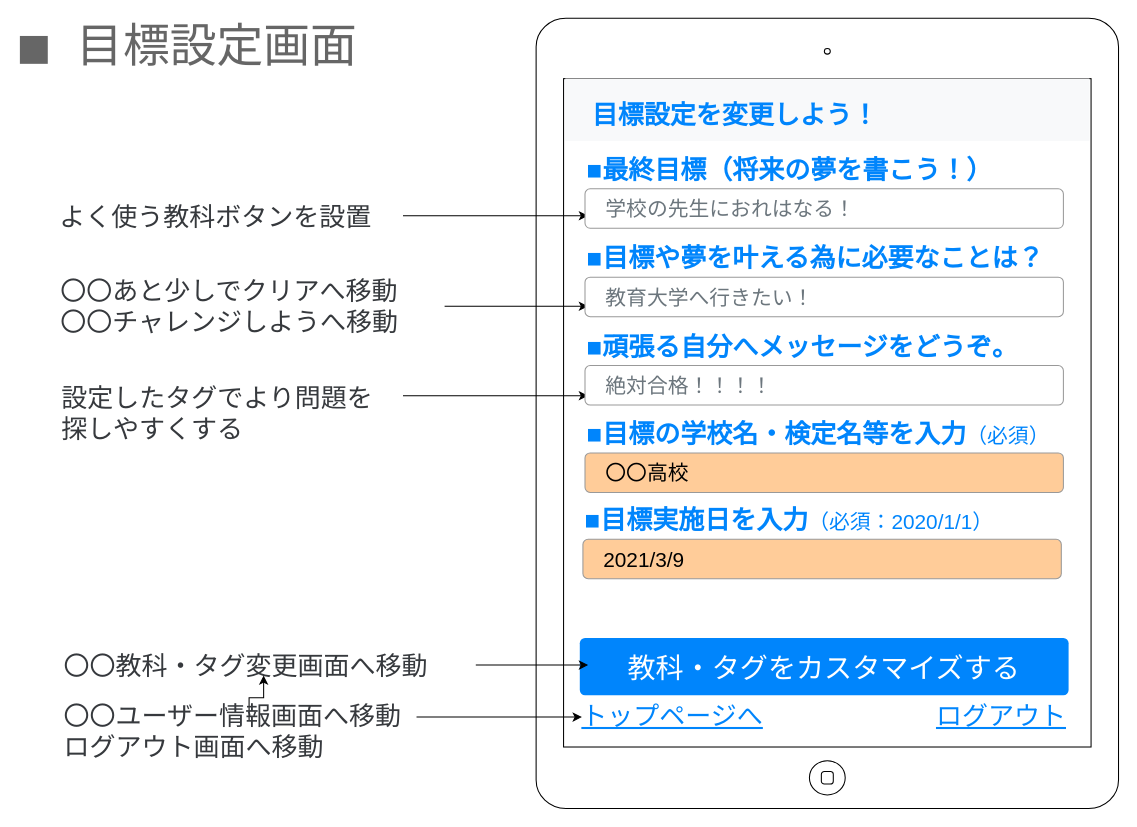
Earlier version of the draw.io diagram page "ページ4" (4 of 5) of 画面設計_苦手問題克服.drawio (mitsuewatanabe/practice). Source tidied: cells renumbered, new cells numbered last; positions are measured from the earlier drawing's top-left corner, leaving out a move shared by most shapes. Both pictures are drawn from the tidied source at 104%, with x=0, y=0 at pixel (18, 18).
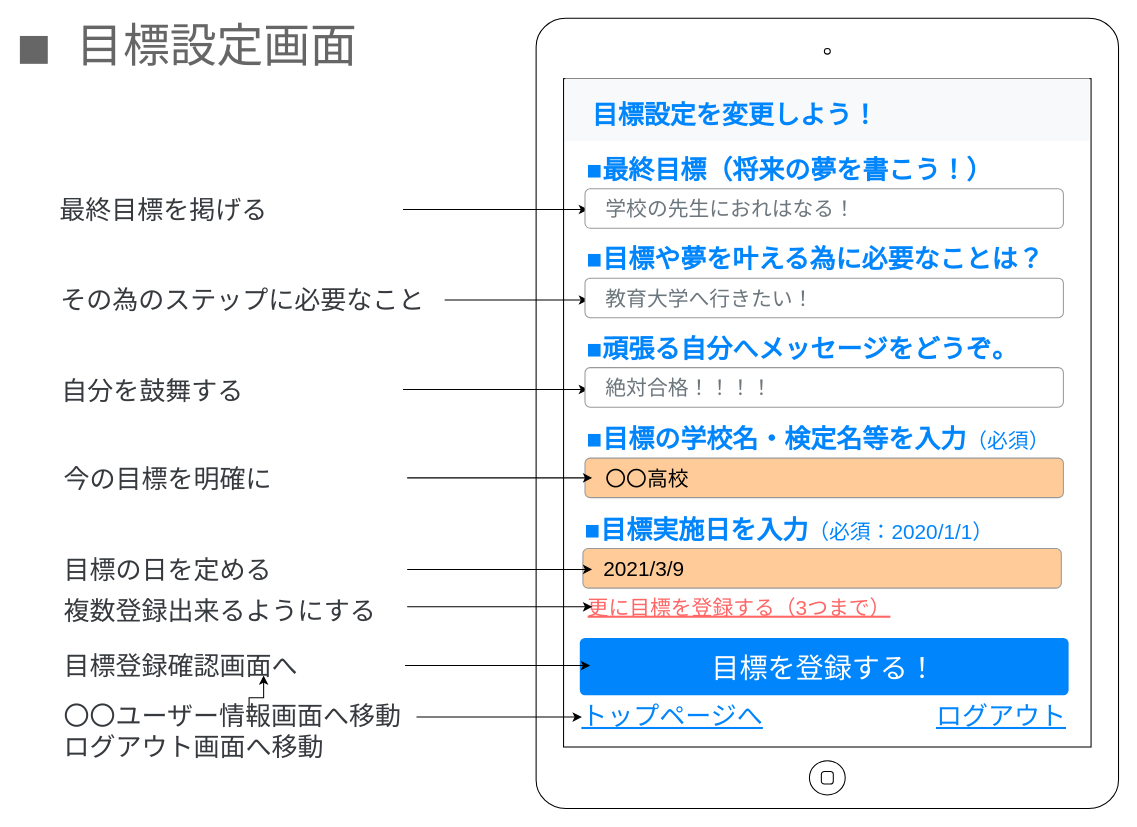
The same page after the edit.

Commit message (it also covers changes not shown here):
画面設計_苦手問題克服.drawio を更新します

Change to the diagram source:
```diff
@@
-    <mxCell id="6" value="よく使う教科ボタンを設置" style="text;html=1;strokeColor=none;fillColor=none;align=left;verticalAlign=middle;whiteSpace=wrap;rounded=0;fontSize=25;fontColor=#36393D;" parent="1" vertex="1">
-      <mxGeometry x="38" y="180" width="310" height="20" as="geometry" />
+    <mxCell id="6" value="最終目標を掲げる" style="text;html=1;strokeColor=none;fillColor=none;align=left;verticalAlign=middle;whiteSpace=wrap;rounded=0;fontSize=25;fontColor=#36393D;" parent="1" vertex="1">
+      <mxGeometry x="38" y="174" width="310" height="20" as="geometry" />
     </mxCell>
-    <mxCell id="7" value="設定したタグでより問題を&lt;br&gt;探しやすくする" style="text;html=1;strokeColor=none;fillColor=none;align=left;verticalAlign=top;whiteSpace=wrap;rounded=0;fontSize=25;fontColor=#36393D;" parent="1" vertex="1">
-      <mxGeometry x="40" y="343" width="400" height="20" as="geometry" />
+    <mxCell id="7" value="自分を鼓舞する" style="text;html=1;strokeColor=none;fillColor=none;align=left;verticalAlign=top;whiteSpace=wrap;rounded=0;fontSize=25;fontColor=#36393D;" parent="1" vertex="1">
+      <mxGeometry x="40" y="337" width="400" height="20" as="geometry" />
     </mxCell>
     <mxCell id="8" style="endArrow=classic;html=1;fontSize=50;fontColor=#36393D;" parent="1" edge="1">
-      <mxGeometry x="450" y="158" as="geometry">
-        <mxPoint x="370" y="190" as="sourcePoint" />
-        <mxPoint x="548" y="190" as="targetPoint" />
+      <mxGeometry x="450" y="152" as="geometry">
+        <mxPoint x="370" y="184" as="sourcePoint" />
+        <mxPoint x="548" y="184" as="targetPoint" />
       </mxGeometry>
     </mxCell>
     <mxCell id="9" style="endArrow=classic;html=1;fontSize=50;fontColor=#36393D;" parent="1" edge="1">
-      <mxGeometry x="450" y="157" as="geometry">
-        <mxPoint x="370" y="363" as="sourcePoint" />
-        <mxPoint x="548" y="363" as="targetPoint" />
+      <mxGeometry x="450" y="151" as="geometry">
+        <mxPoint x="370" y="357" as="sourcePoint" />
+        <mxPoint x="548" y="357" as="targetPoint" />
         <Array as="points">
-          <mxPoint x="541.2" y="363" />
+          <mxPoint x="541.2" y="357" />
         </Array>
       </mxGeometry>
     </mxCell>
@@
-    <mxCell id="11" value="〇〇教科・タグ変更画面へ移動" style="text;html=1;strokeColor=none;fillColor=none;align=left;verticalAlign=middle;whiteSpace=wrap;rounded=0;fontSize=25;fontColor=#36393D;" parent="1" vertex="1">
+    <mxCell id="11" value="目標登録確認画面へ" style="text;html=1;strokeColor=none;fillColor=none;align=left;verticalAlign=middle;whiteSpace=wrap;rounded=0;fontSize=25;fontColor=#36393D;" parent="1" vertex="1">
       <mxGeometry x="42" y="612" width="388" height="20" as="geometry" />
     </mxCell>
@@
-    <mxCell id="16" value="&lt;font style=&quot;font-size: 27px&quot;&gt;教科・タグをカスタマイズする&lt;/font&gt;" style="html=1;shadow=0;dashed=0;shape=mxgraph.bootstrap.rrect;rSize=5;strokeColor=none;strokeWidth=1;fillColor=#0085FC;fontColor=#FFFFFF;whiteSpace=wrap;align=center;verticalAlign=middle;spacingLeft=0;fontStyle=0;fontSize=30;spacing=5;" parent="1" vertex="1">
+    <mxCell id="16" value="&lt;font style=&quot;font-size: 27px&quot;&gt;目標を登録する！&lt;/font&gt;" style="html=1;shadow=0;dashed=0;shape=mxgraph.bootstrap.rrect;rSize=5;strokeColor=none;strokeWidth=1;fillColor=#0085FC;fontColor=#FFFFFF;whiteSpace=wrap;align=center;verticalAlign=middle;spacingLeft=0;fontStyle=0;fontSize=30;spacing=5;" parent="1" vertex="1">
       <mxGeometry x="540" y="596" width="470" height="55" as="geometry" />
     </mxCell>
-    <mxCell id="17" value="〇〇あと少しでクリアへ移動&lt;br&gt;〇〇チャレンジしようへ移動" style="text;html=1;strokeColor=none;fillColor=none;align=left;verticalAlign=middle;whiteSpace=wrap;rounded=0;fontSize=25;fontColor=#36393D;" parent="1" vertex="1">
-      <mxGeometry x="39" y="266" width="361" height="20" as="geometry" />
+    <mxCell id="17" value="その為のステップに必要なこと" style="text;html=1;strokeColor=none;fillColor=none;align=left;verticalAlign=middle;whiteSpace=wrap;rounded=0;fontSize=25;fontColor=#36393D;" parent="1" vertex="1">
+      <mxGeometry x="39" y="260" width="361" height="20" as="geometry" />
     </mxCell>
     <mxCell id="18" style="endArrow=classic;html=1;fontSize=50;fontColor=#36393D;" parent="1" edge="1">
-      <mxGeometry x="450" y="245" as="geometry">
-        <mxPoint x="410" y="277" as="sourcePoint" />
-        <mxPoint x="548" y="277" as="targetPoint" />
+      <mxGeometry x="450" y="239" as="geometry">
+        <mxPoint x="410" y="271" as="sourcePoint" />
+        <mxPoint x="548" y="271" as="targetPoint" />
       </mxGeometry>
     </mxCell>
-    <mxCell id="19" style="endArrow=classic;html=1;fontSize=50;fontColor=#36393D;" parent="1" edge="1">
-      <mxGeometry x="450" y="416" as="geometry">
-        <mxPoint x="440" y="622" as="sourcePoint" />
-        <mxPoint x="548" y="622" as="targetPoint" />
-        <Array as="points">
-          <mxPoint x="541.2" y="622" />
-        </Array>
-      </mxGeometry>
-    </mxCell>
@@
     <mxCell id="23" style="group;" parent="1" vertex="1">
-      <mxGeometry x="545" y="215" width="460" height="72" as="geometry" />
+      <mxGeometry x="545" y="216" width="460" height="72" as="geometry" />
     </mxCell>
@@
     <mxCell id="26" style="group;" parent="1" vertex="1">
-      <mxGeometry x="545" y="300" width="460" height="72" as="geometry" />
+      <mxGeometry x="545" y="302" width="460" height="72" as="geometry" />
     </mxCell>
@@
     <mxCell id="29" style="group;" parent="1" vertex="1">
-      <mxGeometry x="545" y="384" width="460" height="72" as="geometry" />
+      <mxGeometry x="545" y="389" width="460" height="72" as="geometry" />
     </mxCell>
@@
     <mxCell id="32" style="group;" parent="1" vertex="1">
-      <mxGeometry x="543" y="467" width="460" height="72" as="geometry" />
+      <mxGeometry x="543" y="472" width="460" height="76" as="geometry" />
     </mxCell>
+    <mxCell id="35" style="group;" parent="32" vertex="1">
+      <mxGeometry y="9" width="460" height="67" as="geometry" />
+    </mxCell>
-    <mxCell id="33" value="■目標実施日を入力&lt;span style=&quot;font-size: 20px ; font-weight: 400&quot;&gt;（必須：2020/1/1）&lt;/span&gt;" style="text;html=1;strokeColor=none;fillColor=none;align=left;verticalAlign=middle;whiteSpace=wrap;rounded=0;fontSize=25;fontColor=#0085FC;fontStyle=1;" parent="32" vertex="1">
-      <mxGeometry y="5" width="450" height="19.2" as="geometry" />
+    <mxCell id="33" value="■目標実施日を入力&lt;span style=&quot;font-size: 20px ; font-weight: 400&quot;&gt;（必須：2020/1/1）&lt;/span&gt;" style="text;html=1;strokeColor=none;fillColor=none;align=left;verticalAlign=middle;whiteSpace=wrap;rounded=0;fontSize=25;fontColor=#0085FC;fontStyle=1;" parent="35" vertex="1">
+      <mxGeometry width="450" height="19.2" as="geometry" />
     </mxCell>
-    <mxCell id="34" value="2021/3/9" style="html=1;shadow=0;dashed=0;shape=mxgraph.bootstrap.rrect;rSize=5;strokeWidth=1;fillColor=#ffcc99;whiteSpace=wrap;align=left;verticalAlign=middle;spacingLeft=10;fontSize=20;spacing=10;strokeColor=#999999;" parent="32" vertex="1">
-      <mxGeometry y="34" width="460" height="38" as="geometry" />
+    <mxCell id="34" value="2021/3/9" style="html=1;shadow=0;dashed=0;shape=mxgraph.bootstrap.rrect;rSize=5;strokeWidth=1;fillColor=#ffcc99;whiteSpace=wrap;align=left;verticalAlign=middle;spacingLeft=10;fontSize=20;spacing=10;strokeColor=#999999;" parent="35" vertex="1">
+      <mxGeometry y="29" width="460" height="38" as="geometry" />
     </mxCell>
+    <mxCell id="36" value="更に目標を登録する（3つまで）" style="text;html=1;strokeColor=none;fillColor=none;align=left;verticalAlign=middle;whiteSpace=wrap;rounded=0;fontSize=20;fontStyle=4;fontColor=#FF6666;" parent="1" vertex="1">
+      <mxGeometry x="546.3" y="556" width="297.3" height="19.2" as="geometry" />
+    </mxCell>
+    <mxCell id="37" value="今の目標を明確に" style="text;html=1;strokeColor=none;fillColor=none;align=left;verticalAlign=middle;whiteSpace=wrap;rounded=0;fontSize=25;fontColor=#36393D;" parent="1" vertex="1">
+      <mxGeometry x="42" y="432" width="310" height="20" as="geometry" />
+    </mxCell>
+    <mxCell id="38" style="endArrow=classic;html=1;fontSize=50;fontColor=#36393D;" parent="1" edge="1">
+      <mxGeometry x="454" y="410" as="geometry">
+        <mxPoint x="374" y="442" as="sourcePoint" />
+        <mxPoint x="552" y="442" as="targetPoint" />
+      </mxGeometry>
+    </mxCell>
+    <mxCell id="39" value="目標の日を定める" style="text;html=1;strokeColor=none;fillColor=none;align=left;verticalAlign=middle;whiteSpace=wrap;rounded=0;fontSize=25;fontColor=#36393D;" parent="1" vertex="1">
+      <mxGeometry x="42" y="520" width="310" height="20" as="geometry" />
+    </mxCell>
+    <mxCell id="40" style="endArrow=classic;html=1;fontSize=50;fontColor=#36393D;" parent="1" edge="1">
+      <mxGeometry x="454" y="498" as="geometry">
+        <mxPoint x="374" y="530" as="sourcePoint" />
+        <mxPoint x="552" y="530" as="targetPoint" />
+      </mxGeometry>
+    </mxCell>
+    <mxCell id="41" value="複数登録出来るようにする" style="text;html=1;strokeColor=none;fillColor=none;align=left;verticalAlign=middle;whiteSpace=wrap;rounded=0;fontSize=25;fontColor=#36393D;" parent="1" vertex="1">
+      <mxGeometry x="42" y="562" width="310" height="14" as="geometry" />
+    </mxCell>
+    <mxCell id="42" style="endArrow=classic;html=1;fontSize=50;fontColor=#36393D;" parent="1" edge="1">
+      <mxGeometry x="454" y="534" as="geometry">
+        <mxPoint x="374" y="566" as="sourcePoint" />
+        <mxPoint x="552" y="566" as="targetPoint" />
+      </mxGeometry>
+    </mxCell>
+    <mxCell id="43" style="endArrow=classic;html=1;fontSize=50;fontColor=#36393D;" parent="1" edge="1">
+      <mxGeometry x="452" y="590.5" as="geometry">
+        <mxPoint x="372" y="622.5" as="sourcePoint" />
+        <mxPoint x="550" y="622.5" as="targetPoint" />
+      </mxGeometry>
+    </mxCell>
```
